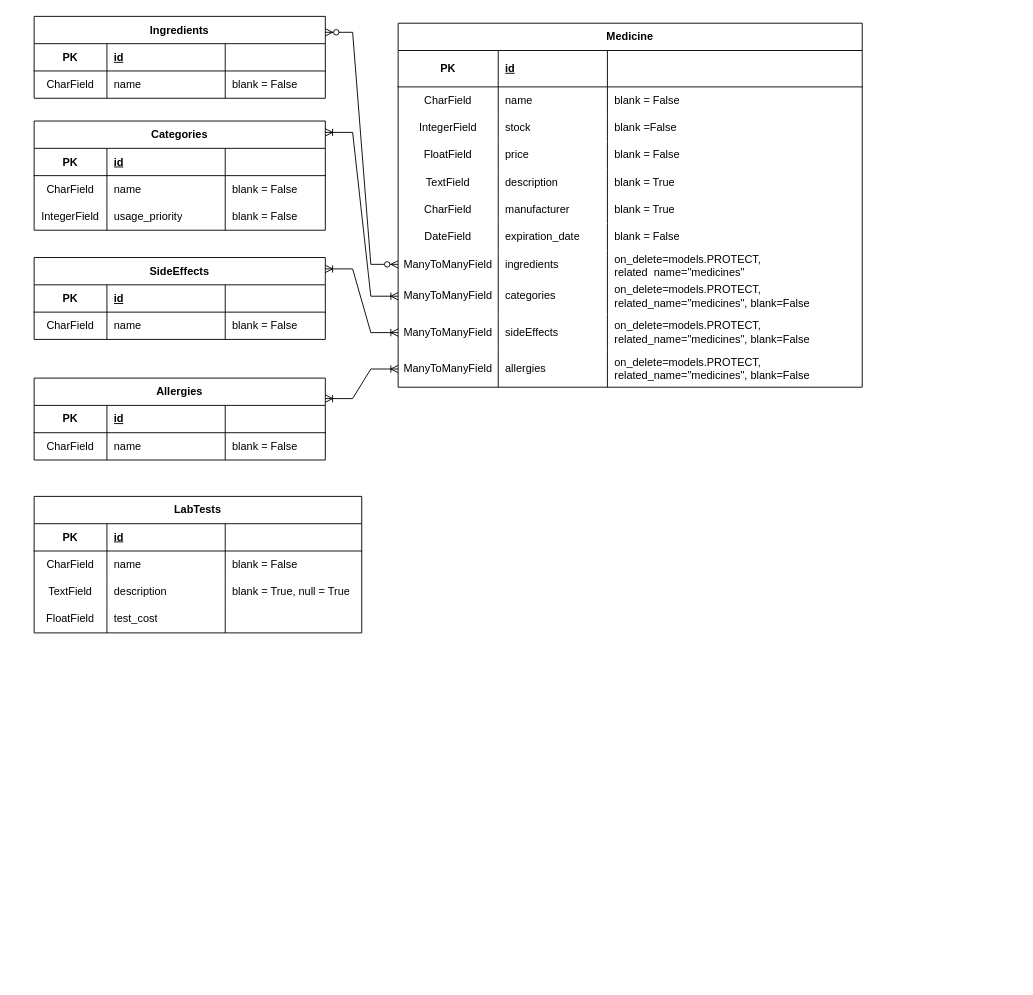
This is page "Pharmacy Models" (4 of 5) of Flowcharts and Diagrams/Database Flowchart and Diagrams/Database Flowchart.drawio from ArmanBehera/Pharmacy-Manager, a draw.io file, before an edit. Source tidied: cells renumbered, new cells numbered last; positions are measured from the earlier drawing's top-left corner, leaving out a move shared by most shapes. Both pictures are drawn from the tidied source at 91%, with x=0, y=0 at pixel (34, 15).
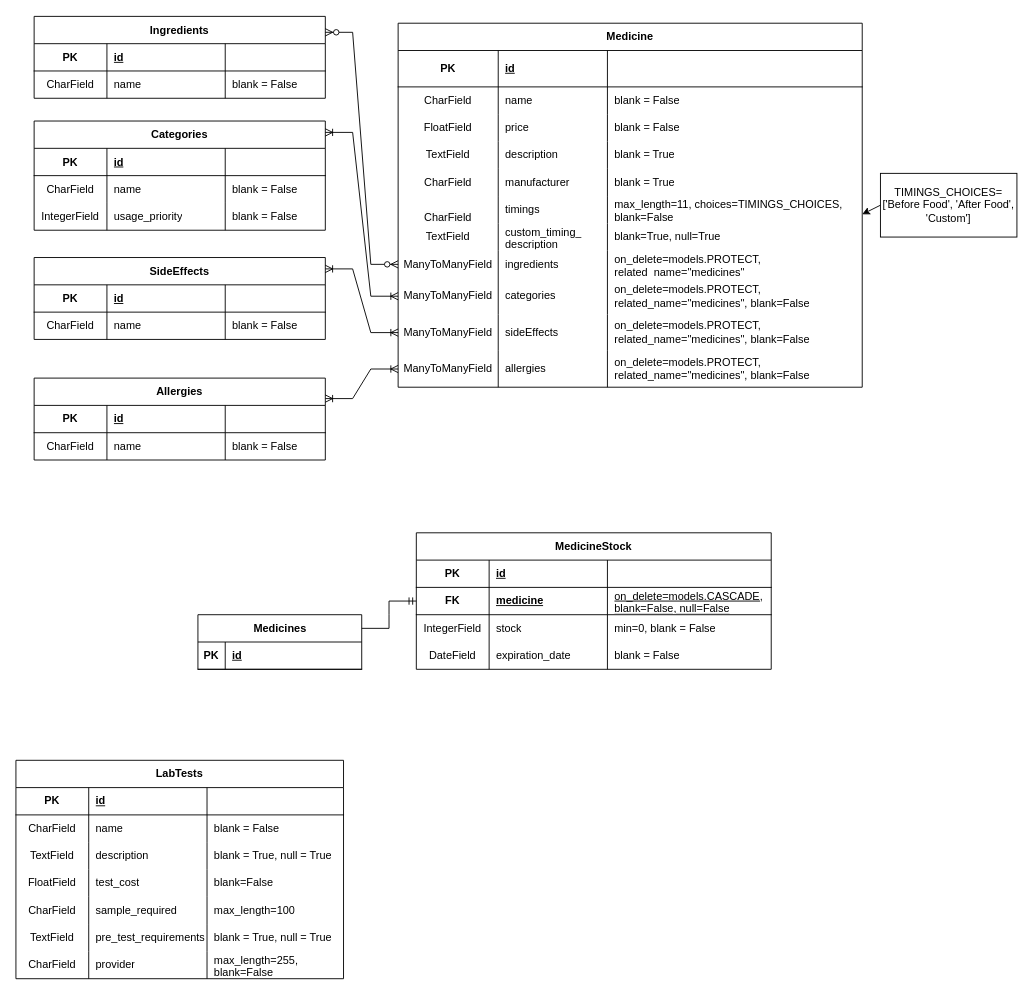
Above is the later version.

The change refers to these unchanged cells:
```xml
<mxCell id="42" value="Medicine" style="shape=table;startSize=30;childLayout=tableLayout;rowLines=0;fontStyle=1;align=center;html=1;whiteSpace=wrap;" parent="1" vertex="1">
  <mxGeometry x="400" y="8" width="510" height="400" as="geometry" />
</mxCell>
<mxCell id="67" style="shape=tableRow;horizontal=0;startSize=0;swimlaneHead=0;swimlaneBody=0;fillColor=none;top=0;left=0;right=0;bottom=0;html=1;" parent="42" vertex="1">
  <mxGeometry y="220" width="510" height="30" as="geometry" />
</mxCell>
<mxCell id="104" style="shape=tableRow;horizontal=0;startSize=0;swimlaneHead=0;swimlaneBody=0;fillColor=none;top=0;left=0;right=0;bottom=0;html=1;" parent="91" vertex="1">
  <mxGeometry y="120" width="360" height="30" as="geometry" />
</mxCell>
```

Change to the diagram source:
```diff
@@
-    <mxCell id="51" style="shape=tableRow;horizontal=0;startSize=0;swimlaneHead=0;swimlaneBody=0;fillColor=none;top=0;left=0;right=0;bottom=0;html=1;" parent="42" vertex="1">
-      <mxGeometry y="100" width="510" height="30" as="geometry" />
-    </mxCell>
-    <mxCell id="52" value="IntegerField" style="shape=partialRectangle;fillColor=none;top=0;left=0;bottom=0;right=0;overflow=hidden;html=1;whiteSpace=wrap;" parent="51" vertex="1">
-      <mxGeometry width="110" height="30" as="geometry" />
-    </mxCell>
-    <mxCell id="53" value="stock" style="shape=partialRectangle;fillColor=none;top=0;left=0;bottom=0;right=0;align=left;spacingLeft=6;overflow=hidden;html=1;whiteSpace=wrap;" parent="51" vertex="1">
-      <mxGeometry x="110" width="120" height="30" as="geometry" />
-    </mxCell>
-    <mxCell id="54" value="blank =False" style="shape=partialRectangle;fillColor=none;top=0;left=0;bottom=0;right=0;align=left;spacingLeft=6;overflow=hidden;html=1;whiteSpace=wrap;" parent="51" vertex="1">
-      <mxGeometry x="230" width="280" height="30" as="geometry" />
-    </mxCell>
     <mxCell id="55" style="shape=tableRow;horizontal=0;startSize=0;swimlaneHead=0;swimlaneBody=0;fillColor=none;top=0;left=0;right=0;bottom=0;html=1;" parent="42" vertex="1">
-      <mxGeometry y="130" width="510" height="30" as="geometry" />
+      <mxGeometry y="100" width="510" height="30" as="geometry" />
     </mxCell>
@@
     <mxCell id="59" style="shape=tableRow;horizontal=0;startSize=0;swimlaneHead=0;swimlaneBody=0;fillColor=none;top=0;left=0;right=0;bottom=0;html=1;" parent="42" vertex="1">
-      <mxGeometry y="160" width="510" height="30" as="geometry" />
+      <mxGeometry y="130" width="510" height="30" as="geometry" />
     </mxCell>
@@
     <mxCell id="63" style="shape=tableRow;horizontal=0;startSize=0;swimlaneHead=0;swimlaneBody=0;fillColor=none;top=0;left=0;right=0;bottom=0;html=1;" parent="42" vertex="1">
-      <mxGeometry y="190" width="510" height="30" as="geometry" />
+      <mxGeometry y="160" width="510" height="30" as="geometry" />
     </mxCell>
@@
+    <mxCell id="108" style="shape=tableRow;horizontal=0;startSize=0;swimlaneHead=0;swimlaneBody=0;fillColor=none;top=0;left=0;right=0;bottom=0;html=1;" parent="42" vertex="1">
+      <mxGeometry y="190" width="510" height="30" as="geometry" />
+    </mxCell>
+    <mxCell id="109" value="&#10;&lt;span style=&quot;color: rgb(0, 0, 0); font-family: Helvetica; font-size: 12px; font-style: normal; font-variant-ligatures: normal; font-variant-caps: normal; font-weight: 400; letter-spacing: normal; orphans: 2; text-align: center; text-indent: 0px; text-transform: none; widows: 2; word-spacing: 0px; -webkit-text-stroke-width: 0px; white-space: normal; background-color: rgb(251, 251, 251); text-decoration-thickness: initial; text-decoration-style: initial; text-decoration-color: initial; display: inline !important; float: none;&quot;&gt;CharField&lt;/span&gt;&#10;&#10;" style="shape=partialRectangle;fillColor=none;top=0;left=0;bottom=0;right=0;overflow=hidden;html=1;whiteSpace=wrap;" parent="108" vertex="1">
+      <mxGeometry width="110" height="30" as="geometry" />
+    </mxCell>
+    <mxCell id="110" value="timings" style="shape=partialRectangle;fillColor=none;top=0;left=0;bottom=0;right=0;align=left;spacingLeft=6;overflow=hidden;html=1;whiteSpace=wrap;" parent="108" vertex="1">
+      <mxGeometry x="110" width="120" height="30" as="geometry" />
+    </mxCell>
+    <mxCell id="111" value="max_length=11, choices=TIMINGS_CHOICES, blank=False" style="shape=partialRectangle;fillColor=none;top=0;left=0;bottom=0;right=0;align=left;spacingLeft=6;overflow=hidden;html=1;whiteSpace=wrap;" parent="108" vertex="1">
+      <mxGeometry x="230" width="280" height="30" as="geometry" />
+    </mxCell>
@@
-    <mxCell id="68" value="DateField" style="shape=partialRectangle;fillColor=none;top=0;left=0;bottom=0;right=0;overflow=hidden;html=1;whiteSpace=wrap;" parent="67" vertex="1">
-      <mxGeometry width="110" height="30" as="geometry" />
-    </mxCell>
-    <mxCell id="69" value="expiration_date" style="shape=partialRectangle;fillColor=none;top=0;left=0;bottom=0;right=0;align=left;spacingLeft=6;overflow=hidden;html=1;whiteSpace=wrap;" parent="67" vertex="1">
-      <mxGeometry x="110" width="120" height="30" as="geometry" />
-    </mxCell>
-    <mxCell id="70" value="blank = False" style="shape=partialRectangle;fillColor=none;top=0;left=0;bottom=0;right=0;align=left;spacingLeft=6;overflow=hidden;html=1;whiteSpace=wrap;" parent="67" vertex="1">
-      <mxGeometry x="230" width="280" height="30" as="geometry" />
-    </mxCell>
+    <mxCell id="112" value="TextField" style="shape=partialRectangle;fillColor=none;top=0;left=0;bottom=0;right=0;overflow=hidden;html=1;whiteSpace=wrap;" parent="67" vertex="1">
+      <mxGeometry width="110" height="30" as="geometry" />
+    </mxCell>
+    <mxCell id="113" value="custom_timing_&lt;div&gt;description&lt;/div&gt;" style="shape=partialRectangle;fillColor=none;top=0;left=0;bottom=0;right=0;align=left;spacingLeft=6;overflow=hidden;html=1;whiteSpace=wrap;" parent="67" vertex="1">
+      <mxGeometry x="110" width="120" height="30" as="geometry" />
+    </mxCell>
+    <mxCell id="114" value="blank=True, null=True" style="shape=partialRectangle;fillColor=none;top=0;left=0;bottom=0;right=0;align=left;spacingLeft=6;overflow=hidden;html=1;whiteSpace=wrap;" parent="67" vertex="1">
+      <mxGeometry x="230" width="280" height="30" as="geometry" />
+    </mxCell>
@@
     <mxCell id="91" value="LabTests" style="shape=table;startSize=30;childLayout=tableLayout;rowLines=0;fontStyle=1;align=center;html=1;whiteSpace=wrap;" parent="1" vertex="1">
-      <mxGeometry y="528" width="360" height="150" as="geometry" />
+      <mxGeometry x="-20" y="818" width="360" height="240" as="geometry" />
     </mxCell>
@@
-    <mxCell id="107" style="shape=partialRectangle;fillColor=none;top=0;left=0;bottom=0;right=0;align=left;spacingLeft=6;overflow=hidden;html=1;whiteSpace=wrap;" parent="104" vertex="1">
+    <mxCell id="107" value="blank=False" style="shape=partialRectangle;fillColor=none;top=0;left=0;bottom=0;right=0;align=left;spacingLeft=6;overflow=hidden;html=1;whiteSpace=wrap;" parent="104" vertex="1">
       <mxGeometry x="210" width="150" height="30" as="geometry" />
     </mxCell>
+    <mxCell id="115" style="shape=tableRow;horizontal=0;startSize=0;swimlaneHead=0;swimlaneBody=0;fillColor=none;top=0;left=0;right=0;bottom=0;html=1;" parent="91" vertex="1">
+      <mxGeometry y="150" width="360" height="30" as="geometry" />
+    </mxCell>
+    <mxCell id="116" value="CharField" style="shape=partialRectangle;fillColor=none;top=0;left=0;bottom=0;right=0;overflow=hidden;html=1;whiteSpace=wrap;" parent="115" vertex="1">
+      <mxGeometry width="80" height="30" as="geometry" />
+    </mxCell>
+    <mxCell id="117" value="sample_required" style="shape=partialRectangle;fillColor=none;top=0;left=0;bottom=0;right=0;align=left;spacingLeft=6;overflow=hidden;html=1;whiteSpace=wrap;" parent="115" vertex="1">
+      <mxGeometry x="80" width="130" height="30" as="geometry" />
+    </mxCell>
+    <mxCell id="118" value="max_length=100" style="shape=partialRectangle;fillColor=none;top=0;left=0;bottom=0;right=0;align=left;spacingLeft=6;overflow=hidden;html=1;whiteSpace=wrap;" parent="115" vertex="1">
+      <mxGeometry x="210" width="150" height="30" as="geometry" />
+    </mxCell>
+    <mxCell id="119" style="shape=tableRow;horizontal=0;startSize=0;swimlaneHead=0;swimlaneBody=0;fillColor=none;top=0;left=0;right=0;bottom=0;html=1;" parent="91" vertex="1">
+      <mxGeometry y="180" width="360" height="30" as="geometry" />
+    </mxCell>
+    <mxCell id="120" value="TextField" style="shape=partialRectangle;fillColor=none;top=0;left=0;bottom=0;right=0;overflow=hidden;html=1;whiteSpace=wrap;" parent="119" vertex="1">
+      <mxGeometry width="80" height="30" as="geometry" />
+    </mxCell>
+    <mxCell id="121" value="pre_test_requirements" style="shape=partialRectangle;fillColor=none;top=0;left=0;bottom=0;right=0;align=left;spacingLeft=6;overflow=hidden;html=1;whiteSpace=wrap;" parent="119" vertex="1">
+      <mxGeometry x="80" width="130" height="30" as="geometry" />
+    </mxCell>
+    <mxCell id="122" value="blank = True, null = True" style="shape=partialRectangle;fillColor=none;top=0;left=0;bottom=0;right=0;align=left;spacingLeft=6;overflow=hidden;html=1;whiteSpace=wrap;" parent="119" vertex="1">
+      <mxGeometry x="210" width="150" height="30" as="geometry" />
+    </mxCell>
+    <mxCell id="123" style="shape=tableRow;horizontal=0;startSize=0;swimlaneHead=0;swimlaneBody=0;fillColor=none;top=0;left=0;right=0;bottom=0;html=1;" parent="91" vertex="1">
+      <mxGeometry y="210" width="360" height="30" as="geometry" />
+    </mxCell>
+    <mxCell id="124" value="CharField" style="shape=partialRectangle;fillColor=none;top=0;left=0;bottom=0;right=0;overflow=hidden;html=1;whiteSpace=wrap;" parent="123" vertex="1">
+      <mxGeometry width="80" height="30" as="geometry" />
+    </mxCell>
+    <mxCell id="125" value="provider" style="shape=partialRectangle;fillColor=none;top=0;left=0;bottom=0;right=0;align=left;spacingLeft=6;overflow=hidden;html=1;whiteSpace=wrap;" parent="123" vertex="1">
+      <mxGeometry x="80" width="130" height="30" as="geometry" />
+    </mxCell>
+    <mxCell id="126" value="max_length=255, blank=False" style="shape=partialRectangle;fillColor=none;top=0;left=0;bottom=0;right=0;align=left;spacingLeft=6;overflow=hidden;html=1;whiteSpace=wrap;" parent="123" vertex="1">
+      <mxGeometry x="210" width="150" height="30" as="geometry" />
+    </mxCell>
+    <mxCell id="127" value="TIMINGS_CHOICES=&lt;div&gt;['Before Food', 'After Food',&lt;/div&gt;&lt;div&gt;'Custom']&lt;/div&gt;" style="rounded=0;whiteSpace=wrap;html=1;" parent="1" vertex="1">
+      <mxGeometry x="930" y="173" width="150" height="70" as="geometry" />
+    </mxCell>
+    <mxCell id="128" style="endArrow=classic;html=1;rounded=0;entryX=1;entryY=0.5;entryDx=0;entryDy=0;exitX=0;exitY=0.5;exitDx=0;exitDy=0;" parent="1" edge="1" source="127">
+      <mxGeometry relative="1" as="geometry">
+        <mxPoint x="910" y="218" as="targetPoint" />
+      </mxGeometry>
+    </mxCell>
+    <mxCell id="129" value="MedicineStock" style="shape=table;startSize=30;childLayout=tableLayout;rowLines=0;fontStyle=1;align=center;html=1;whiteSpace=wrap;" parent="1" vertex="1">
+      <mxGeometry x="420" y="568" width="390" height="150" as="geometry" />
+    </mxCell>
+    <mxCell id="130" style="shape=tableRow;horizontal=0;startSize=0;swimlaneHead=0;swimlaneBody=0;fillColor=none;top=0;left=0;right=0;bottom=1;html=1;" parent="129" vertex="1">
+      <mxGeometry y="30" width="390" height="30" as="geometry" />
+    </mxCell>
+    <mxCell id="131" value="PK" style="shape=partialRectangle;fillColor=none;top=0;left=0;bottom=0;right=0;fontStyle=1;overflow=hidden;html=1;whiteSpace=wrap;" parent="130" vertex="1">
+      <mxGeometry width="80" height="30" as="geometry" />
+    </mxCell>
+    <mxCell id="132" value="id" style="shape=partialRectangle;fillColor=none;top=0;left=0;bottom=0;right=0;align=left;spacingLeft=6;fontStyle=5;overflow=hidden;html=1;whiteSpace=wrap;" parent="130" vertex="1">
+      <mxGeometry x="80" width="130" height="30" as="geometry" />
+    </mxCell>
+    <mxCell id="133" style="shape=partialRectangle;fillColor=none;top=0;left=0;bottom=0;right=0;align=left;spacingLeft=6;fontStyle=5;overflow=hidden;html=1;whiteSpace=wrap;" parent="130" vertex="1">
+      <mxGeometry x="210" width="180" height="30" as="geometry" />
+    </mxCell>
+    <mxCell id="134" style="shape=tableRow;horizontal=0;startSize=0;swimlaneHead=0;swimlaneBody=0;fillColor=none;points=[[0,0.5],[1,0.5]];portConstraint=eastwest;top=0;left=0;right=0;bottom=1;html=1;" parent="129" vertex="1">
+      <mxGeometry y="60" width="390" height="30" as="geometry" />
+    </mxCell>
+    <mxCell id="135" value="FK" style="shape=partialRectangle;fillColor=none;top=0;left=0;bottom=0;right=0;fontStyle=1;overflow=hidden;html=1;whiteSpace=wrap;" parent="134" vertex="1">
+      <mxGeometry width="80" height="30" as="geometry" />
+    </mxCell>
+    <mxCell id="136" value="medicine" style="shape=partialRectangle;fillColor=none;top=0;left=0;bottom=0;right=0;align=left;spacingLeft=6;fontStyle=5;overflow=hidden;html=1;whiteSpace=wrap;" parent="134" vertex="1">
+      <mxGeometry x="80" width="130" height="30" as="geometry" />
+    </mxCell>
+    <mxCell id="137" value="&lt;span style=&quot;font-weight: 400;&quot;&gt;on_delete=models.CASCADE,&lt;/span&gt;&lt;div&gt;&lt;span style=&quot;font-weight: 400;&quot;&gt;blank=False, null=False&lt;/span&gt;&lt;/div&gt;" style="shape=partialRectangle;fillColor=none;top=0;left=0;bottom=0;right=0;align=left;spacingLeft=6;fontStyle=5;overflow=hidden;html=1;whiteSpace=wrap;" parent="134" vertex="1">
+      <mxGeometry x="210" width="180" height="30" as="geometry" />
+    </mxCell>
+    <mxCell id="138" style="shape=tableRow;horizontal=0;startSize=0;swimlaneHead=0;swimlaneBody=0;fillColor=none;top=0;left=0;right=0;bottom=0;html=1;" parent="129" vertex="1">
+      <mxGeometry y="90" width="390" height="30" as="geometry" />
+    </mxCell>
+    <mxCell id="52" value="IntegerField" style="shape=partialRectangle;fillColor=none;top=0;left=0;bottom=0;right=0;overflow=hidden;html=1;whiteSpace=wrap;" parent="138" vertex="1">
+      <mxGeometry width="80" height="30" as="geometry" />
+    </mxCell>
+    <mxCell id="53" value="stock" style="shape=partialRectangle;fillColor=none;top=0;left=0;bottom=0;right=0;align=left;spacingLeft=6;overflow=hidden;html=1;whiteSpace=wrap;" parent="138" vertex="1">
+      <mxGeometry x="80" width="130" height="30" as="geometry" />
+    </mxCell>
+    <mxCell id="139" value="min=0, blank = False" style="shape=partialRectangle;fillColor=none;top=0;left=0;bottom=0;right=0;align=left;spacingLeft=6;overflow=hidden;html=1;whiteSpace=wrap;" parent="138" vertex="1">
+      <mxGeometry x="210" width="180" height="30" as="geometry" />
+    </mxCell>
+    <mxCell id="140" style="shape=tableRow;horizontal=0;startSize=0;swimlaneHead=0;swimlaneBody=0;fillColor=none;top=0;left=0;right=0;bottom=0;html=1;" parent="129" vertex="1">
+      <mxGeometry y="120" width="390" height="30" as="geometry" />
+    </mxCell>
+    <mxCell id="68" value="DateField" style="shape=partialRectangle;fillColor=none;top=0;left=0;bottom=0;right=0;overflow=hidden;html=1;whiteSpace=wrap;" parent="140" vertex="1">
+      <mxGeometry width="80" height="30" as="geometry" />
+    </mxCell>
+    <mxCell id="69" value="expiration_date" style="shape=partialRectangle;fillColor=none;top=0;left=0;bottom=0;right=0;align=left;spacingLeft=6;overflow=hidden;html=1;whiteSpace=wrap;" parent="140" vertex="1">
+      <mxGeometry x="80" width="130" height="30" as="geometry" />
+    </mxCell>
+    <mxCell id="70" value="blank = False" style="shape=partialRectangle;fillColor=none;top=0;left=0;bottom=0;right=0;align=left;spacingLeft=6;overflow=hidden;html=1;whiteSpace=wrap;" parent="140" vertex="1">
+      <mxGeometry x="210" width="180" height="30" as="geometry" />
+    </mxCell>
+    <mxCell id="141" value="Medicines" style="shape=table;startSize=30;childLayout=tableLayout;rowLines=0;fontStyle=1;align=center;html=1;" parent="1" vertex="1">
+      <mxGeometry x="180" y="658" width="180" height="60" as="geometry" />
+    </mxCell>
+    <mxCell id="142" style="shape=tableRow;horizontal=0;startSize=0;swimlaneHead=0;swimlaneBody=0;fillColor=none;top=0;left=0;right=0;bottom=1;" parent="141" vertex="1">
+      <mxGeometry y="30" width="180" height="30" as="geometry" />
+    </mxCell>
+    <mxCell id="143" value="PK" style="shape=partialRectangle;fillColor=none;top=0;left=0;bottom=0;right=0;fontStyle=1;overflow=hidden;whiteSpace=wrap;html=1;" parent="142" vertex="1">
+      <mxGeometry width="30" height="30" as="geometry" />
+    </mxCell>
+    <mxCell id="144" value="id" style="shape=partialRectangle;fillColor=none;top=0;left=0;bottom=0;right=0;align=left;spacingLeft=6;fontStyle=5;overflow=hidden;whiteSpace=wrap;html=1;" parent="142" vertex="1">
+      <mxGeometry x="30" width="150" height="30" as="geometry" />
+    </mxCell>
+    <mxCell id="145" style="edgeStyle=entityRelationEdgeStyle;fontSize=12;html=1;endArrow=ERmandOne;rounded=0;entryX=0;entryY=0.5;entryDx=0;entryDy=0;exitX=1;exitY=0.25;exitDx=0;exitDy=0;" parent="1" edge="1" source="141" target="134">
+      <mxGeometry relative="1" as="geometry">
+        <Array as="points">
+          <mxPoint x="-890" y="708" />
+        </Array>
+      </mxGeometry>
+    </mxCell>
```
